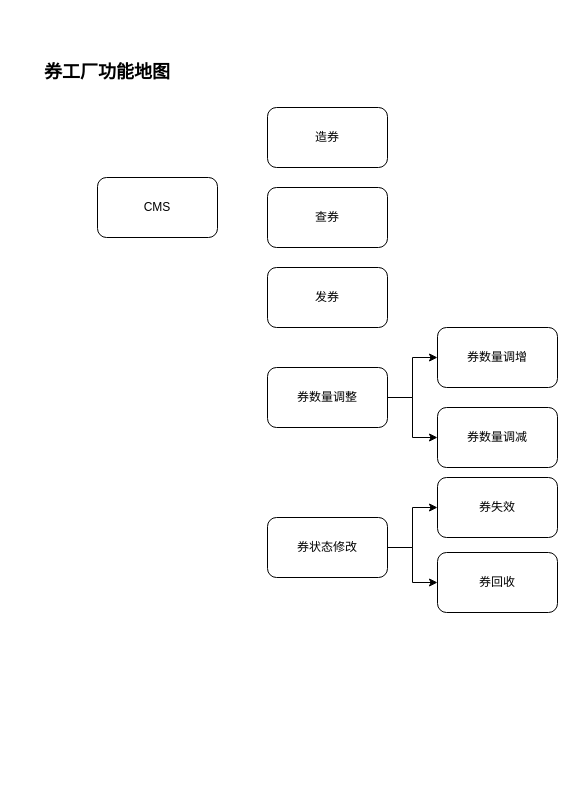
Earlier version of the draw.io diagram marketing/券_功能地图.drawio (gjie1991/draw). Source tidied: cells renumbered, new cells numbered last; positions are measured from the earlier drawing's top-left corner, leaving out a move shared by most shapes. Both pictures are drawn from the tidied source at 100%, with x=0, y=0 at pixel (27, 27).
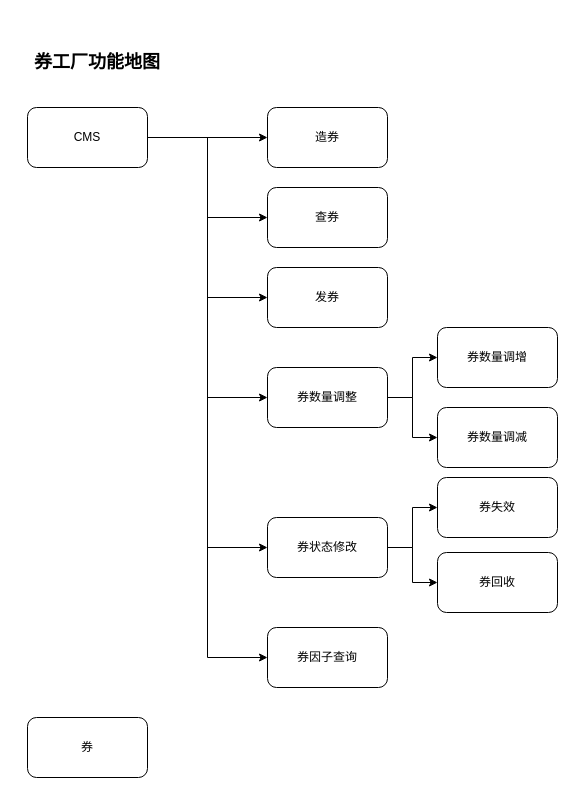
The same diagram, later.

Commit message (it also covers changes not shown here):
更新券_功能地图.drawio

Unchanged cells that the change refers to:
```xml
<mxCell id="4" value="造券" style="rounded=1;whiteSpace=wrap;html=1;" parent="1" vertex="1">
  <mxGeometry x="240" y="80" width="120" height="60" as="geometry" />
</mxCell>
<mxCell id="5" value="查券" style="rounded=1;whiteSpace=wrap;html=1;" parent="1" vertex="1">
  <mxGeometry x="240" y="160" width="120" height="60" as="geometry" />
</mxCell>
<mxCell id="6" value="发券" style="rounded=1;whiteSpace=wrap;html=1;" parent="1" vertex="1">
  <mxGeometry x="240" y="240" width="120" height="60" as="geometry" />
</mxCell>
<mxCell id="9" value="券数量调整" style="rounded=1;whiteSpace=wrap;html=1;" parent="1" vertex="1">
  <mxGeometry x="240" y="340" width="120" height="60" as="geometry" />
</mxCell>
<mxCell id="14" value="券状态修改" style="rounded=1;whiteSpace=wrap;html=1;" parent="1" vertex="1">
  <mxGeometry x="240" y="490" width="120" height="60" as="geometry" />
</mxCell>
```

The edit, as a diff of the source:
```diff
@@
     <mxCell id="2" value="&lt;b&gt;&lt;font style=&quot;font-size: 18px;&quot;&gt;券工厂功能地图&lt;/font&gt;&lt;/b&gt;" style="text;html=1;strokeColor=none;fillColor=none;align=center;verticalAlign=middle;whiteSpace=wrap;rounded=0;" parent="1" vertex="1">
-      <mxGeometry width="160" height="90" as="geometry" />
+      <mxGeometry x="-10" y="-10" width="160" height="90" as="geometry" />
     </mxCell>
+    <mxCell id="17" style="edgeStyle=orthogonalEdgeStyle;rounded=0;jettySize=auto;html=1;" parent="1" edge="1" source="3" target="4">
+      <mxGeometry relative="1" as="geometry" />
+    </mxCell>
+    <mxCell id="18" style="edgeStyle=orthogonalEdgeStyle;rounded=0;jettySize=auto;html=1;entryX=0;entryY=0.5;entryDx=0;entryDy=0;" parent="1" edge="1" source="3" target="5">
+      <mxGeometry relative="1" as="geometry" />
+    </mxCell>
+    <mxCell id="19" style="edgeStyle=orthogonalEdgeStyle;rounded=0;jettySize=auto;html=1;entryX=0;entryY=0.5;entryDx=0;entryDy=0;" parent="1" edge="1" source="3" target="6">
+      <mxGeometry relative="1" as="geometry" />
+    </mxCell>
+    <mxCell id="20" style="edgeStyle=orthogonalEdgeStyle;rounded=0;jettySize=auto;html=1;entryX=0;entryY=0.5;entryDx=0;entryDy=0;" parent="1" edge="1" source="3" target="9">
+      <mxGeometry relative="1" as="geometry" />
+    </mxCell>
+    <mxCell id="21" style="edgeStyle=orthogonalEdgeStyle;rounded=0;jettySize=auto;html=1;entryX=0;entryY=0.5;entryDx=0;entryDy=0;" parent="1" edge="1" source="3" target="14">
+      <mxGeometry relative="1" as="geometry" />
+    </mxCell>
+    <mxCell id="22" style="edgeStyle=orthogonalEdgeStyle;rounded=0;jettySize=auto;html=1;entryX=0;entryY=0.5;entryDx=0;entryDy=0;" parent="1" edge="1" source="3" target="23">
+      <mxGeometry relative="1" as="geometry" />
+    </mxCell>
     <mxCell id="3" value="CMS" style="rounded=1;whiteSpace=wrap;html=1;" parent="1" vertex="1">
-      <mxGeometry x="70" y="150" width="120" height="60" as="geometry" />
+      <mxGeometry y="80" width="120" height="60" as="geometry" />
     </mxCell>
@@
+    <mxCell id="23" value="券因子查询" style="rounded=1;whiteSpace=wrap;html=1;" parent="1" vertex="1">
+      <mxGeometry x="240" y="600" width="120" height="60" as="geometry" />
+    </mxCell>
+    <mxCell id="24" value="券" style="rounded=1;whiteSpace=wrap;html=1;" parent="1" vertex="1">
+      <mxGeometry y="690" width="120" height="60" as="geometry" />
+    </mxCell>
```
